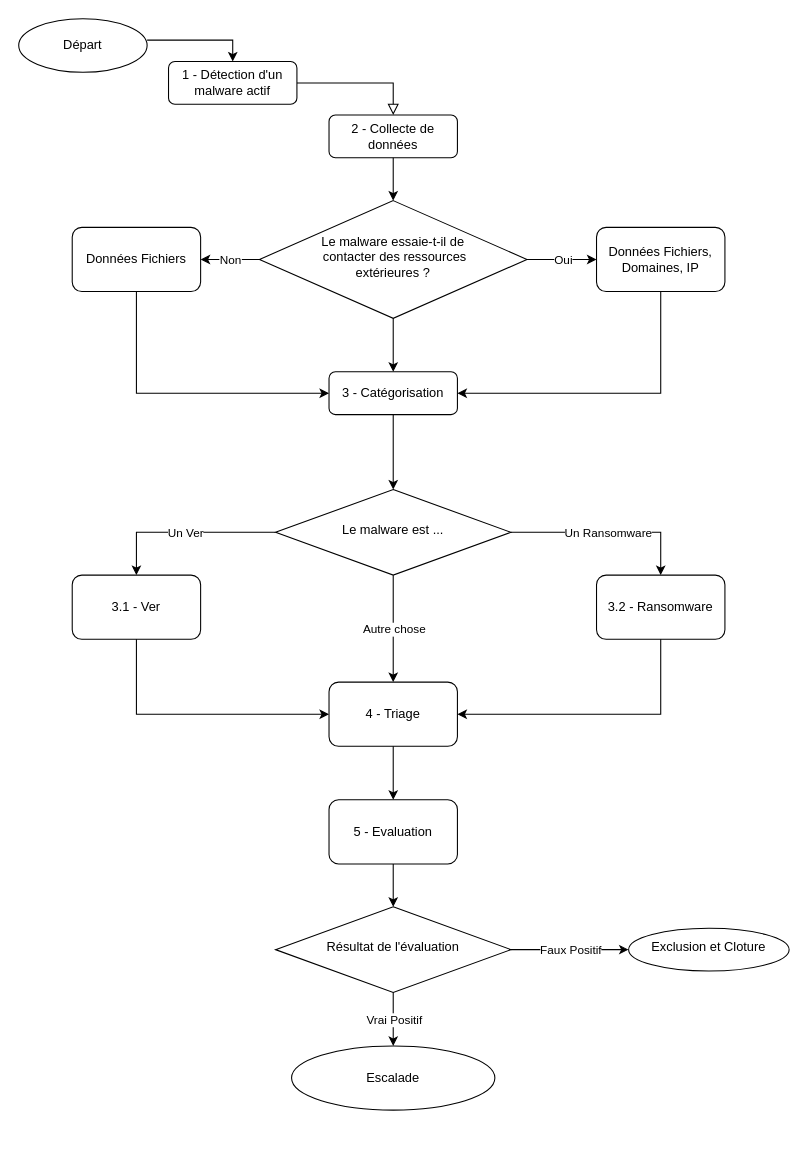
Earlier version of the draw.io diagram Workflow SOC - Phishing.drawio (Melfice60/Playbooks). Source tidied: cells renumbered, new cells numbered last; positions are measured from the earlier drawing's top-left corner, leaving out a move shared by most shapes. Both pictures are drawn from the tidied source at 107%, with x=0, y=0 at pixel (18, 18).
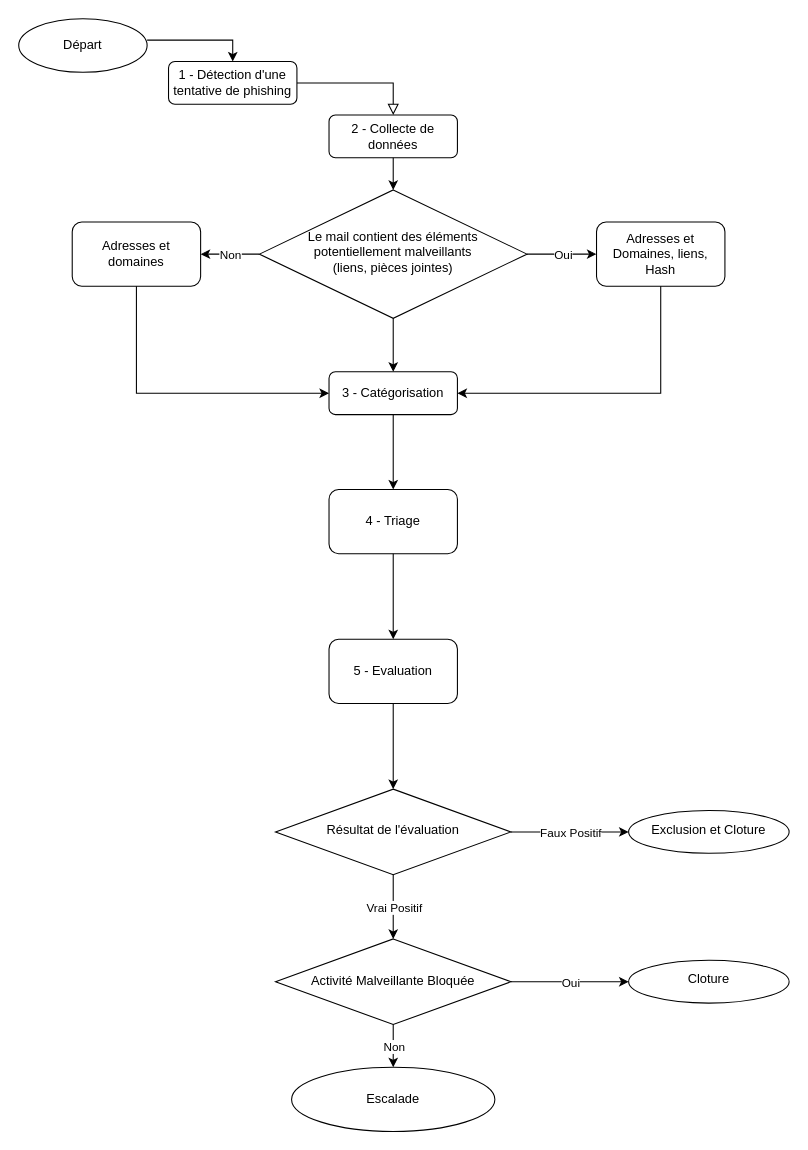
After the change.

Commit message:
Mettre à jour Workflow SOC - Phishing.drawio

The change refers to these unchanged cells:
```xml
<mxCell id="15" value="3 - Catégorisation" style="rounded=1;whiteSpace=wrap;html=1;" parent="1" vertex="1">
  <mxGeometry x="290" y="330" width="120" height="40" as="geometry" />
</mxCell>
```

The edit, as a diff of the source:
```diff
@@
-    <mxCell id="3" value="1 - Détection d'un malware actif" style="rounded=1;whiteSpace=wrap;html=1;fontSize=12;glass=0;strokeWidth=1;shadow=0;" parent="1" vertex="1">
+    <mxCell id="3" value="1 - Détection d'une tentative de phishing" style="rounded=1;whiteSpace=wrap;html=1;fontSize=12;glass=0;strokeWidth=1;shadow=0;" parent="1" vertex="1">
       <mxGeometry x="140" y="40" width="120" height="40" as="geometry" />
     </mxCell>
-    <mxCell id="4" value="Le malware essaie-t-il de&lt;br&gt;&amp;nbsp;contacter des ressources &lt;br&gt;extérieures ?" style="rhombus;whiteSpace=wrap;html=1;shadow=0;fontFamily=Helvetica;fontSize=12;align=center;strokeWidth=1;spacing=6;spacingTop=-4;" parent="1" vertex="1">
-      <mxGeometry x="225" y="170" width="250" height="110" as="geometry" />
+    <mxCell id="4" value="Le mail contient des éléments potentiellement malveillants&lt;br&gt;(liens, pièces jointes)" style="rhombus;whiteSpace=wrap;html=1;shadow=0;fontFamily=Helvetica;fontSize=12;align=center;strokeWidth=1;spacing=6;spacingTop=-4;" parent="1" vertex="1">
+      <mxGeometry x="225" y="160" width="250" height="120" as="geometry" />
     </mxCell>
@@
-    <mxCell id="9" value="Données Fichiers" style="rounded=1;whiteSpace=wrap;html=1;" parent="1" vertex="1">
-      <mxGeometry x="50" y="195" width="120" height="60" as="geometry" />
+    <mxCell id="9" value="Adresses et domaines" style="rounded=1;whiteSpace=wrap;html=1;" parent="1" vertex="1">
+      <mxGeometry x="50" y="190" width="120" height="60" as="geometry" />
     </mxCell>
-    <mxCell id="10" value="Données Fichiers, Domaines, IP" style="rounded=1;whiteSpace=wrap;html=1;" parent="1" vertex="1">
-      <mxGeometry x="540" y="195" width="120" height="60" as="geometry" />
+    <mxCell id="10" value="Adresses et Domaines, liens, Hash" style="rounded=1;whiteSpace=wrap;html=1;" parent="1" vertex="1">
+      <mxGeometry x="540" y="190" width="120" height="60" as="geometry" />
     </mxCell>
@@
-    <mxCell id="19" style="endArrow=classic;html=1;rounded=0;exitX=0.5;exitY=1;exitDx=0;exitDy=0;entryX=0.5;entryY=0;entryDx=0;entryDy=0;" parent="1" edge="1" source="15" target="20">
-      <mxGeometry relative="1" as="geometry" />
+    <mxCell id="19" style="endArrow=classic;html=1;rounded=0;exitX=0.5;exitY=1;exitDx=0;exitDy=0;entryX=0.5;entryY=0;entryDx=0;entryDy=0;" parent="1" edge="1" source="15">
+      <mxGeometry relative="1" as="geometry">
+        <mxPoint x="350" y="440" as="targetPoint" />
+      </mxGeometry>
     </mxCell>
-    <mxCell id="20" value="Le malware est ..." style="rhombus;whiteSpace=wrap;html=1;shadow=0;fontFamily=Helvetica;fontSize=12;align=center;strokeWidth=1;spacing=6;spacingTop=-4;" parent="1" vertex="1">
-      <mxGeometry x="240" y="440" width="220" height="80" as="geometry" />
-    </mxCell>
-    <mxCell id="21" style="endArrow=classic;html=1;rounded=0;exitX=1;exitY=0.5;exitDx=0;exitDy=0;" parent="1" edge="1" source="20">
-      <mxGeometry relative="1" as="geometry">
-        <mxPoint x="600" y="520" as="targetPoint" />
-        <Array as="points">
-          <mxPoint x="600" y="480" />
-        </Array>
-      </mxGeometry>
-    </mxCell>
-    <mxCell id="22" value="Un Ransomware" style="edgeLabel;html=1;align=center;verticalAlign=middle;" parent="21" vertex="1">
-      <mxGeometry relative="1" as="geometry" />
-    </mxCell>
-    <mxCell id="23" style="endArrow=classic;html=1;rounded=0;exitX=0;exitY=0.5;exitDx=0;exitDy=0;" parent="1" edge="1" source="20">
-      <mxGeometry relative="1" as="geometry">
-        <mxPoint x="110" y="520" as="targetPoint" />
-        <Array as="points">
-          <mxPoint x="110" y="480" />
-        </Array>
-      </mxGeometry>
-    </mxCell>
-    <mxCell id="24" value="Un Ver" style="edgeLabel;html=1;align=center;verticalAlign=middle;" parent="23" vertex="1">
-      <mxGeometry relative="1" as="geometry" />
-    </mxCell>
-    <mxCell id="25" style="endArrow=classic;html=1;rounded=0;exitX=0.5;exitY=1;exitDx=0;exitDy=0;" parent="1" edge="1" source="20">
-      <mxGeometry relative="1" as="geometry">
-        <mxPoint x="350" y="620" as="targetPoint" />
-      </mxGeometry>
-    </mxCell>
-    <mxCell id="26" value="Autre chose" style="edgeLabel;html=1;align=center;verticalAlign=middle;" parent="25" vertex="1">
-      <mxGeometry relative="1" as="geometry" />
-    </mxCell>
-    <mxCell id="27" value="3.2 - Ransomware" style="rounded=1;whiteSpace=wrap;html=1;" parent="1" vertex="1">
-      <mxGeometry x="540" y="520" width="120" height="60" as="geometry" />
-    </mxCell>
-    <mxCell id="28" value="3.1 - Ver" style="rounded=1;whiteSpace=wrap;html=1;" parent="1" vertex="1">
-      <mxGeometry x="50" y="520" width="120" height="60" as="geometry" />
-    </mxCell>
     <mxCell id="29" value="4 - Triage" style="rounded=1;whiteSpace=wrap;html=1;" parent="1" vertex="1">
-      <mxGeometry x="290" y="620" width="120" height="60" as="geometry" />
+      <mxGeometry x="290" y="440" width="120" height="60" as="geometry" />
     </mxCell>
-    <mxCell id="30" style="endArrow=classic;html=1;rounded=0;entryX=1;entryY=0.5;entryDx=0;entryDy=0;exitX=0.5;exitY=1;exitDx=0;exitDy=0;" parent="1" edge="1" source="27" target="29">
-      <mxGeometry relative="1" as="geometry">
-        <Array as="points">
-          <mxPoint x="600" y="650" />
-        </Array>
-      </mxGeometry>
-    </mxCell>
-    <mxCell id="31" style="endArrow=classic;html=1;rounded=0;exitX=0.5;exitY=1;exitDx=0;exitDy=0;entryX=0;entryY=0.5;entryDx=0;entryDy=0;" parent="1" edge="1" source="28" target="29">
-      <mxGeometry relative="1" as="geometry">
-        <Array as="points">
-          <mxPoint x="110" y="650" />
-        </Array>
-      </mxGeometry>
-    </mxCell>
     <mxCell id="32" value="5 - Evaluation" style="rounded=1;whiteSpace=wrap;html=1;" parent="1" vertex="1">
-      <mxGeometry x="290" y="730" width="120" height="60" as="geometry" />
+      <mxGeometry x="290" y="580" width="120" height="60" as="geometry" />
     </mxCell>
@@
     <mxCell id="34" value="Résultat de l'évaluation" style="rhombus;whiteSpace=wrap;html=1;shadow=0;fontFamily=Helvetica;fontSize=12;align=center;strokeWidth=1;spacing=6;spacingTop=-4;" parent="1" vertex="1">
-      <mxGeometry x="240" y="830" width="220" height="80" as="geometry" />
+      <mxGeometry x="240" y="720" width="220" height="80" as="geometry" />
     </mxCell>
     <mxCell id="35" value="Exclusion et Cloture" style="ellipse;whiteSpace=wrap;html=1;shadow=0;strokeWidth=1;spacing=6;spacingTop=-4;" parent="1" vertex="1">
-      <mxGeometry x="570" y="850" width="150" height="40" as="geometry" />
+      <mxGeometry x="570" y="740" width="150" height="40" as="geometry" />
     </mxCell>
@@
-    <mxCell id="39" style="endArrow=classic;html=1;rounded=0;exitX=0.5;exitY=1;exitDx=0;exitDy=0;entryX=0.5;entryY=0;entryDx=0;entryDy=0;" parent="1" edge="1" source="34">
-      <mxGeometry relative="1" as="geometry">
-        <mxPoint x="350" y="960" as="targetPoint" />
-      </mxGeometry>
+    <mxCell id="39" style="endArrow=classic;html=1;rounded=0;exitX=0.5;exitY=1;exitDx=0;exitDy=0;entryX=0.5;entryY=0;entryDx=0;entryDy=0;" parent="1" edge="1" source="34" target="42">
+      <mxGeometry relative="1" as="geometry" />
     </mxCell>
@@
     <mxCell id="41" value="Escalade" style="ellipse;whiteSpace=wrap;html=1;" parent="1" vertex="1">
-      <mxGeometry x="255" y="960" width="190" height="60" as="geometry" />
+      <mxGeometry x="255" y="980" width="190" height="60" as="geometry" />
     </mxCell>
+    <mxCell id="42" value="Activité Malveillante Bloquée" style="rhombus;whiteSpace=wrap;html=1;" parent="1" vertex="1">
+      <mxGeometry x="240" y="860" width="220" height="80" as="geometry" />
+    </mxCell>
+    <mxCell id="43" value="Cloture" style="ellipse;whiteSpace=wrap;html=1;shadow=0;strokeWidth=1;spacing=6;spacingTop=-4;" parent="1" vertex="1">
+      <mxGeometry x="570" y="880" width="150" height="40" as="geometry" />
+    </mxCell>
+    <mxCell id="44" style="endArrow=classic;html=1;rounded=0;exitX=0.5;exitY=1;exitDx=0;exitDy=0;entryX=0.5;entryY=0;entryDx=0;entryDy=0;" parent="1" edge="1" source="42" target="41">
+      <mxGeometry relative="1" as="geometry" />
+    </mxCell>
+    <mxCell id="45" value="Non" style="edgeLabel;html=1;align=center;verticalAlign=middle;" parent="44" vertex="1">
+      <mxGeometry relative="1" as="geometry" />
+    </mxCell>
+    <mxCell id="46" style="endArrow=classic;html=1;rounded=0;exitX=1;exitY=0.5;exitDx=0;exitDy=0;entryX=0;entryY=0.5;entryDx=0;entryDy=0;" parent="1" edge="1" source="42" target="43">
+      <mxGeometry relative="1" as="geometry" />
+    </mxCell>
+    <mxCell id="47" value="Oui" style="edgeLabel;html=1;align=center;verticalAlign=middle;" parent="46" vertex="1">
+      <mxGeometry relative="1" as="geometry" />
+    </mxCell>
```
